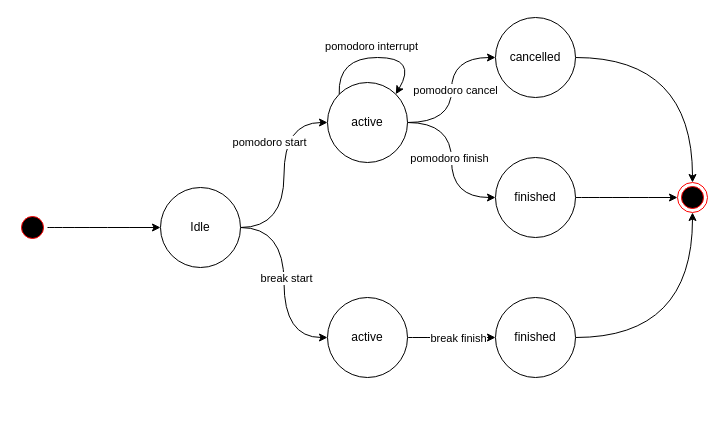
Earlier version of the draw.io diagram doc/statemachine.drawio (suhlig/rustomato). Source tidied: cells renumbered, new cells numbered last; positions are measured from the earlier drawing's top-left corner, leaving out a move shared by most shapes. Both pictures are drawn from the tidied source at 100%, with x=0, y=0 at pixel (17, 17).
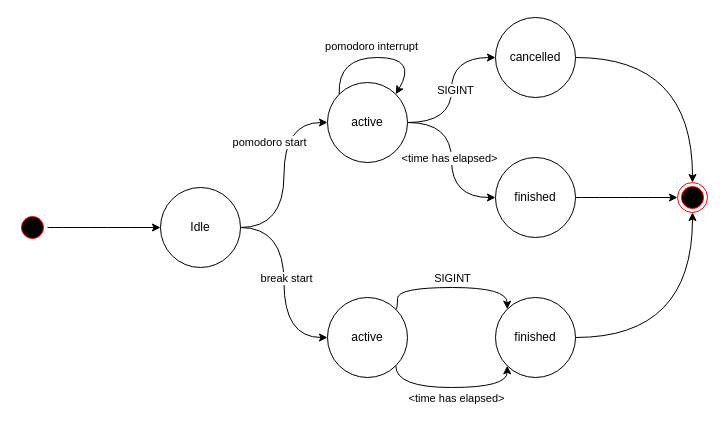
Above is the later version.

Commit message (it also covers changes not shown here):
Cancel a break on SIGINT

The change refers to these unchanged cells:
```xml
<mxCell id="5" style="edgeStyle=orthogonalEdgeStyle;curved=1;jettySize=auto;html=1;strokeColor=#000000;" parent="1" edge="1" source="9" target="19">
  <mxGeometry relative="1" as="geometry" />
</mxCell>
<mxCell id="7" style="edgeStyle=orthogonalEdgeStyle;curved=1;jettySize=auto;html=1;strokeColor=#000000;" parent="1" edge="1" source="9" target="17">
  <mxGeometry relative="1" as="geometry" />
</mxCell>
<mxCell id="22" value="active" style="ellipse;whiteSpace=wrap;html=1;" parent="1" vertex="1">
  <mxGeometry x="310" y="280" width="80" height="80" as="geometry" />
</mxCell>
<mxCell id="24" value="finished" style="ellipse;whiteSpace=wrap;html=1;" parent="1" vertex="1">
  <mxGeometry x="478" y="280" width="80" height="80" as="geometry" />
</mxCell>
```

Diff of the diagram source:
```diff
@@
-    <mxCell id="6" value="pomodoro cancel" style="edgeLabel;html=1;align=center;verticalAlign=middle;" parent="5" vertex="1">
+    <mxCell id="6" value="SIGINT" style="edgeLabel;html=1;align=center;verticalAlign=middle;" parent="5" vertex="1">
       <mxGeometry y="-3" relative="1" as="geometry" />
     </mxCell>
@@
-    <mxCell id="8" value="pomodoro finish" style="edgeLabel;html=1;align=center;verticalAlign=middle;" parent="7" vertex="1">
+    <mxCell id="8" value="&amp;lt;time has elapsed&amp;gt;" style="edgeLabel;html=1;align=center;verticalAlign=middle;" parent="7" vertex="1">
       <mxGeometry x="-0.03" y="-3" relative="1" as="geometry" />
     </mxCell>
@@
-    <mxCell id="20" style="edgeStyle=orthogonalEdgeStyle;curved=1;jettySize=auto;html=1;strokeColor=#000000;" parent="1" edge="1" source="22" target="24">
-      <mxGeometry relative="1" as="geometry" />
+    <mxCell id="20" style="edgeStyle=orthogonalEdgeStyle;curved=1;jettySize=auto;html=1;strokeColor=#000000;entryX=0;entryY=1;entryDx=0;entryDy=0;exitX=1;exitY=1;exitDx=0;exitDy=0;" parent="1" edge="1" source="22" target="24">
+      <mxGeometry relative="1" as="geometry">
+        <Array as="points">
+          <mxPoint x="378" y="370" />
+          <mxPoint x="490" y="370" />
+        </Array>
+      </mxGeometry>
     </mxCell>
-    <mxCell id="21" value="break finish" style="edgeLabel;html=1;align=center;verticalAlign=middle;" parent="20" vertex="1">
-      <mxGeometry x="0.13" relative="1" as="geometry" />
+    <mxCell id="21" value="&amp;lt;time has elapsed&amp;gt;" style="edgeLabel;html=1;align=center;verticalAlign=middle;" parent="20" vertex="1">
+      <mxGeometry x="0.13" relative="1" as="geometry">
+        <mxPoint x="-5" y="10" as="offset" />
+      </mxGeometry>
     </mxCell>
@@
+    <mxCell id="25" style="edgeStyle=orthogonalEdgeStyle;curved=1;jettySize=auto;html=1;strokeColor=#000000;entryX=0;entryY=0;entryDx=0;entryDy=0;" parent="1" edge="1" target="24">
+      <mxGeometry relative="1" as="geometry">
+        <mxPoint x="378" y="292" as="sourcePoint" />
+        <Array as="points">
+          <mxPoint x="380" y="292" />
+          <mxPoint x="380" y="270" />
+          <mxPoint x="490" y="270" />
+        </Array>
+      </mxGeometry>
+    </mxCell>
+    <mxCell id="26" value="SIGINT" style="edgeLabel;html=1;align=center;verticalAlign=middle;" parent="25" vertex="1">
+      <mxGeometry y="-3" relative="1" as="geometry">
+        <mxPoint y="-13" as="offset" />
+      </mxGeometry>
+    </mxCell>
```
